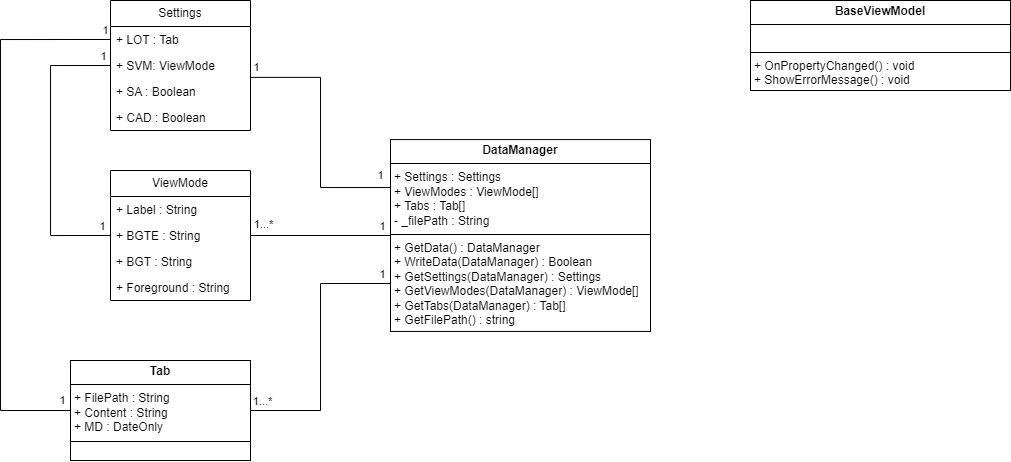
scholzandre/BetterEditor keeps this draw.io diagram as Drafts/ClassDiagrams.drawio.png. Above is the earlier version. Source tidied: cells renumbered, new cells last; positions are measured from the earlier drawing's top-left corner, leaving out a move shared by most shapes.
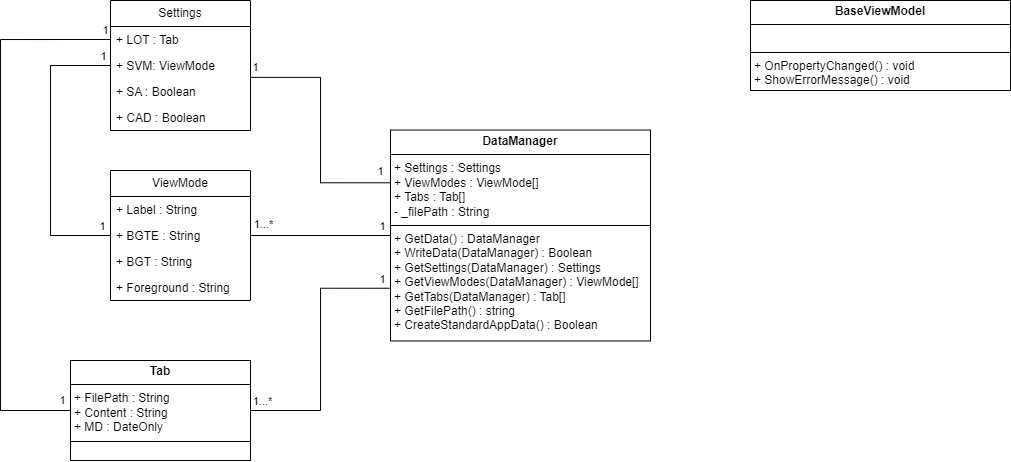
After the commit.

Commit message:
#update class diagrams

Change to the diagram source:
```diff
@@ -74,8 +74,8 @@
     <mxCell id="21" value="&lt;p style=&quot;margin:0px;margin-top:4px;text-align:center;&quot;&gt;&lt;b&gt;Tab&lt;/b&gt;&lt;/p&gt;&lt;hr size=&quot;1&quot; style=&quot;border-style:solid;&quot;&gt;&lt;p style=&quot;margin:0px;margin-left:4px;&quot;&gt;+ FilePath : String&lt;/p&gt;&lt;p style=&quot;margin:0px;margin-left:4px;&quot;&gt;+ Content : String&lt;/p&gt;&lt;p style=&quot;margin:0px;margin-left:4px;&quot;&gt;+ MD : DateOnly&lt;/p&gt;&lt;hr size=&quot;1&quot; style=&quot;border-style:solid;&quot;&gt;&lt;p style=&quot;margin:0px;margin-left:4px;&quot;&gt;&lt;br&gt;&lt;/p&gt;" style="verticalAlign=top;align=left;overflow=fill;html=1;whiteSpace=wrap;" parent="1" vertex="1">
       <mxGeometry x="70" y="360" width="180" height="100" as="geometry" />
     </mxCell>
-    <mxCell id="22" value="&lt;p style=&quot;margin:0px;margin-top:4px;text-align:center;&quot;&gt;&lt;b&gt;DataManager&lt;/b&gt;&lt;/p&gt;&lt;hr size=&quot;1&quot; style=&quot;border-style:solid;&quot;&gt;&lt;p style=&quot;margin:0px;margin-left:4px;&quot;&gt;+ Settings : Settings&lt;/p&gt;&lt;p style=&quot;margin:0px;margin-left:4px;&quot;&gt;+ ViewModes : ViewMode[]&lt;/p&gt;&lt;p style=&quot;margin:0px;margin-left:4px;&quot;&gt;+ Tabs : Tab[]&lt;/p&gt;&lt;p style=&quot;margin:0px;margin-left:4px;&quot;&gt;- _filePath : String&lt;/p&gt;&lt;hr size=&quot;1&quot; style=&quot;border-style:solid;&quot;&gt;&lt;p style=&quot;margin:0px;margin-left:4px;&quot;&gt;+ GetData() : DataManager&lt;/p&gt;&lt;p style=&quot;margin:0px;margin-left:4px;&quot;&gt;+ WriteData(DataManager) : Boolean&lt;/p&gt;&lt;p style=&quot;margin:0px;margin-left:4px;&quot;&gt;+ GetSettings(DataManager) : Settings&lt;/p&gt;&lt;p style=&quot;margin:0px;margin-left:4px;&quot;&gt;+ GetViewModes(DataManager) : ViewMode[]&lt;/p&gt;&lt;p style=&quot;margin:0px;margin-left:4px;&quot;&gt;+ GetTabs(DataManager) : Tab[]&lt;span style=&quot;background-color: initial;&quot;&gt;&amp;nbsp;&lt;/span&gt;&lt;/p&gt;&lt;p style=&quot;margin:0px;margin-left:4px;&quot;&gt;&lt;span style=&quot;background-color: initial;&quot;&gt;+ GetFilePath() : string&lt;/span&gt;&lt;/p&gt;" style="verticalAlign=top;align=left;overflow=fill;html=1;whiteSpace=wrap;" parent="1" vertex="1">
-      <mxGeometry x="390" y="139.1" width="260" height="191.9" as="geometry" />
+    <mxCell id="22" value="&lt;p style=&quot;margin:0px;margin-top:4px;text-align:center;&quot;&gt;&lt;b&gt;DataManager&lt;/b&gt;&lt;/p&gt;&lt;hr size=&quot;1&quot; style=&quot;border-style:solid;&quot;&gt;&lt;p style=&quot;margin:0px;margin-left:4px;&quot;&gt;+ Settings : Settings&lt;/p&gt;&lt;p style=&quot;margin:0px;margin-left:4px;&quot;&gt;+ ViewModes : ViewMode[]&lt;/p&gt;&lt;p style=&quot;margin:0px;margin-left:4px;&quot;&gt;+ Tabs : Tab[]&lt;/p&gt;&lt;p style=&quot;margin:0px;margin-left:4px;&quot;&gt;- _filePath : String&lt;/p&gt;&lt;hr size=&quot;1&quot; style=&quot;border-style:solid;&quot;&gt;&lt;p style=&quot;margin:0px;margin-left:4px;&quot;&gt;+ GetData() : DataManager&lt;/p&gt;&lt;p style=&quot;margin:0px;margin-left:4px;&quot;&gt;+ WriteData(DataManager) : Boolean&lt;/p&gt;&lt;p style=&quot;margin:0px;margin-left:4px;&quot;&gt;+ GetSettings(DataManager) : Settings&lt;/p&gt;&lt;p style=&quot;margin:0px;margin-left:4px;&quot;&gt;+ GetViewModes(DataManager) : ViewMode[]&lt;/p&gt;&lt;p style=&quot;margin:0px;margin-left:4px;&quot;&gt;+ GetTabs(DataManager) : Tab[]&lt;span style=&quot;background-color: initial;&quot;&gt;&amp;nbsp;&lt;/span&gt;&lt;/p&gt;&lt;p style=&quot;margin:0px;margin-left:4px;&quot;&gt;&lt;span style=&quot;background-color: initial;&quot;&gt;+ GetFilePath() : string&lt;/span&gt;&lt;/p&gt;&lt;p style=&quot;margin:0px;margin-left:4px;&quot;&gt;&lt;span style=&quot;background-color: initial;&quot;&gt;+ CreateStandardAppData() : Boolean&lt;/span&gt;&lt;/p&gt;" style="verticalAlign=top;align=left;overflow=fill;html=1;whiteSpace=wrap;" parent="1" vertex="1">
+      <mxGeometry x="390" y="129.5" width="260" height="210.9" as="geometry" />
     </mxCell>
     <mxCell id="23" style="edgeStyle=orthogonalEdgeStyle;rounded=0;jettySize=auto;html=1;exitX=0;exitY=0.5;exitDx=0;exitDy=0;entryX=0;entryY=0.5;entryDx=0;entryDy=0;endArrow=none;endFill=0;" parent="1" edge="1" source="3" target="21">
       <mxGeometry relative="1" as="geometry">
```
